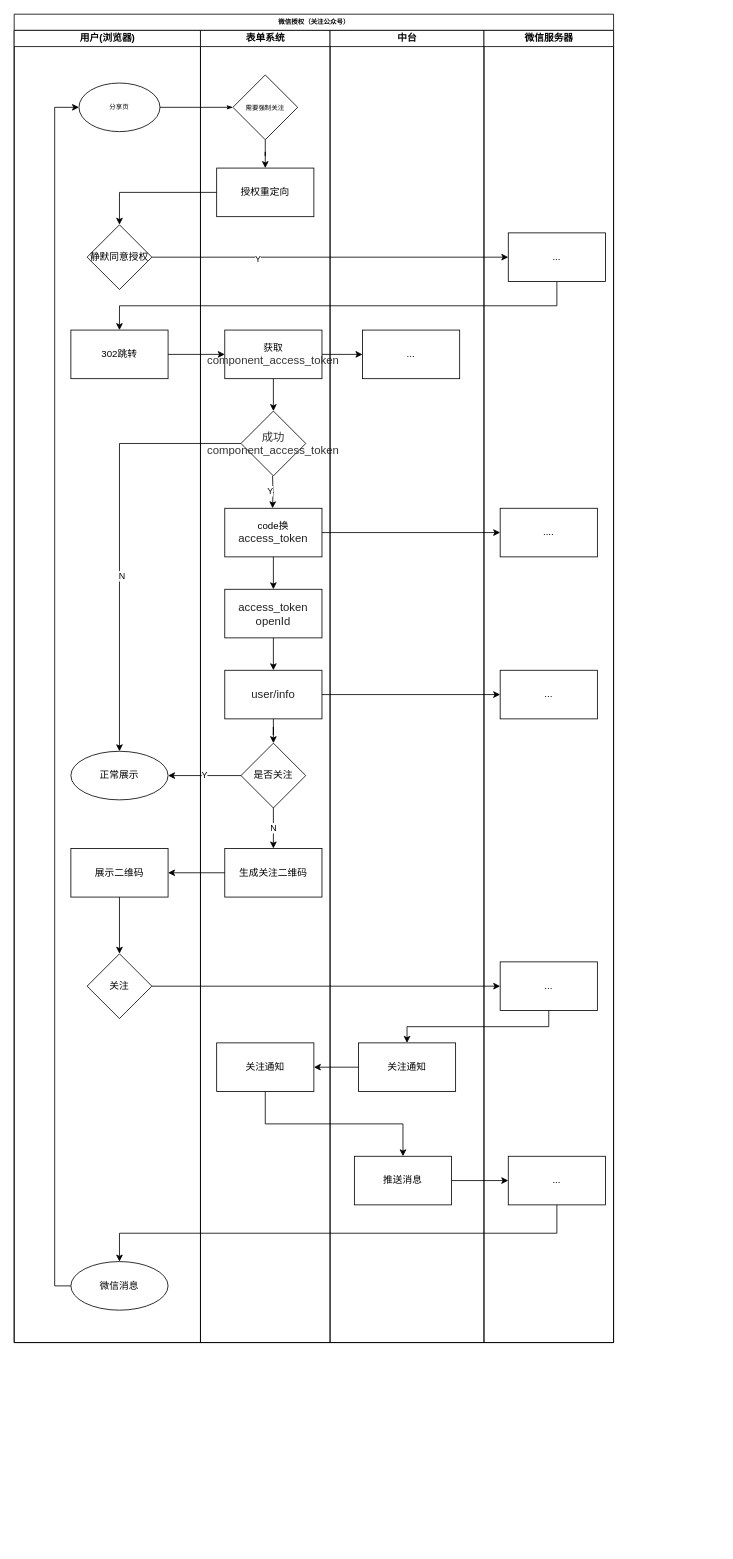
hesimin/drawio keeps this draw.io diagram as eqx-分享微信授权.drawio. Above is the earlier version. Source tidied: cells renumbered, new cells numbered last; positions are measured from the earlier drawing's top-left corner, leaving out a move shared by most shapes. Both pictures are drawn from the tidied source at 81%, with x=0, y=0 at pixel (14, 14).
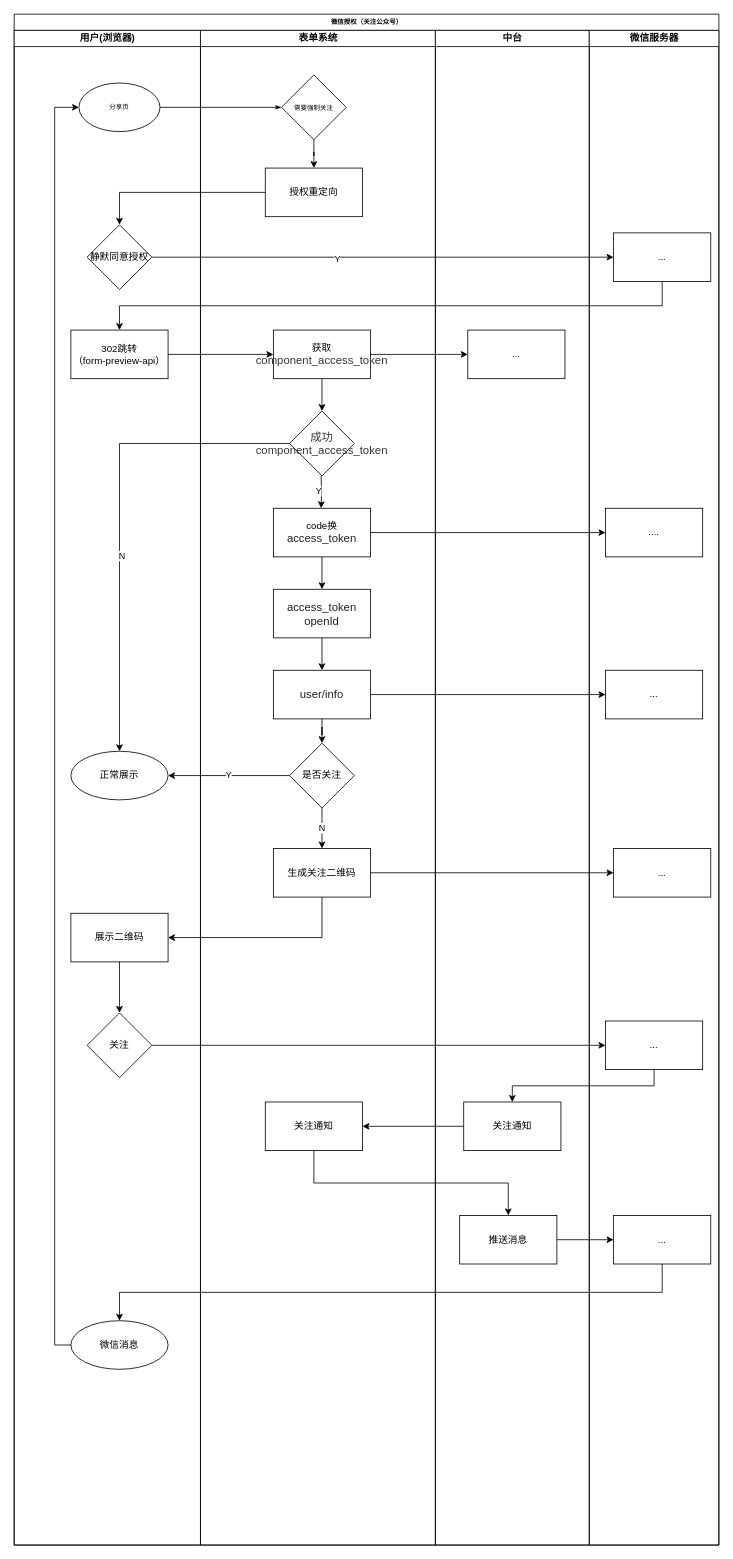
After the change.

Commit message:
更新eqx-分享微信授权.drawio

Unchanged cells that the change refers to:
```xml
<mxCell id="13" style="edgeStyle=orthogonalEdgeStyle;rounded=0;jettySize=auto;html=1;" parent="2" edge="1" source="5" target="42">
  <mxGeometry relative="1" as="geometry" />
</mxCell>
```

Change to the diagram source:
```diff
@@
     <mxCell id="2" value="微信授权（关注公众号）" style="swimlane;html=1;startSize=20;rounded=0;shadow=0;labelBackgroundColor=none;strokeWidth=1;fontFamily=Verdana;fontSize=8;align=center;" parent="1" vertex="1">
-      <mxGeometry width="740" height="1640" as="geometry" />
+      <mxGeometry width="870" height="1890" as="geometry" />
     </mxCell>
     <mxCell id="3" value="用户(浏览器)" style="swimlane;html=1;startSize=20;" parent="2" vertex="1">
-      <mxGeometry y="20" width="230" height="1620" as="geometry" />
+      <mxGeometry y="20" width="230" height="1870" as="geometry" />
     </mxCell>
@@
-    <mxCell id="6" value="302跳转" style="rounded=0;whiteSpace=wrap;html=1;glass=0;" parent="3" vertex="1">
+    <mxCell id="6" value="302跳转&lt;br&gt;（form-preview-api）" style="rounded=0;whiteSpace=wrap;html=1;glass=0;" parent="3" vertex="1">
       <mxGeometry x="70" y="370" width="120" height="60" as="geometry" />
     </mxCell>
@@
     <mxCell id="8" value="展示二维码" style="whiteSpace=wrap;html=1;rounded=0;glass=0;" parent="3" vertex="1">
-      <mxGeometry x="70" y="1010" width="120" height="60" as="geometry" />
+      <mxGeometry x="70" y="1090" width="120" height="60" as="geometry" />
     </mxCell>
@@
     <mxCell id="10" value="微信消息" style="ellipse;whiteSpace=wrap;html=1;fontFamily=Helvetica;fontSize=12;fontColor=#000000;align=center;strokeColor=#000000;fillColor=#ffffff;" parent="3" vertex="1">
-      <mxGeometry x="70" y="1520" width="120" height="60" as="geometry" />
+      <mxGeometry x="70" y="1593" width="120" height="60" as="geometry" />
     </mxCell>
@@
     <mxCell id="14" value="Y" style="edgeLabel;html=1;align=center;verticalAlign=middle;" parent="13" vertex="1">
-      <mxGeometry x="-0.41" y="-2" relative="1" as="geometry" />
+      <mxGeometry x="-0.41" y="-2" relative="1" as="geometry">
+        <mxPoint x="60" as="offset" />
+      </mxGeometry>
     </mxCell>
@@
     <mxCell id="17" value="表单系统" style="swimlane;html=1;startSize=20;" parent="2" vertex="1">
-      <mxGeometry x="230" y="20" width="160" height="1620" as="geometry" />
+      <mxGeometry x="230" y="20" width="290" height="1870" as="geometry" />
     </mxCell>
     <mxCell id="18" value="&lt;span style=&quot;font-family: &amp;#34;verdana&amp;#34; ; font-size: 8px&quot;&gt;需要强制关注&lt;/span&gt;" style="rhombus;whiteSpace=wrap;html=1;rounded=0;glass=0;" parent="17" vertex="1">
-      <mxGeometry x="40" y="55" width="80" height="80" as="geometry" />
+      <mxGeometry x="100" y="55" width="80" height="80" as="geometry" />
     </mxCell>
     <mxCell id="19" value="授权重定向" style="whiteSpace=wrap;html=1;rounded=0;glass=0;" parent="17" vertex="1">
-      <mxGeometry x="20" y="170" width="120" height="60" as="geometry" />
+      <mxGeometry x="80" y="170" width="120" height="60" as="geometry" />
     </mxCell>
@@
     <mxCell id="21" value="获取&lt;span style=&quot;color: rgb(53 , 53 , 53) ; font-family: , &amp;#34;blinkmacsystemfont&amp;#34; , &amp;#34;sf ui text&amp;#34; , &amp;#34;helvetica neue&amp;#34; , &amp;#34;pingfang sc&amp;#34; , &amp;#34;hiragino sans gb&amp;#34; , &amp;#34;microsoft yahei ui&amp;#34; , &amp;#34;microsoft yahei&amp;#34; , &amp;#34;arial&amp;#34; , sans-serif ; font-size: 14px ; text-align: left&quot;&gt;component_access_token&lt;/span&gt;" style="whiteSpace=wrap;html=1;rounded=0;glass=0;" parent="17" vertex="1">
-      <mxGeometry x="30" y="370" width="120" height="60" as="geometry" />
+      <mxGeometry x="90" y="370" width="120" height="60" as="geometry" />
     </mxCell>
     <mxCell id="22" value="&lt;span style=&quot;color: rgb(53 , 53 , 53) ; font-size: 14px ; text-align: left&quot;&gt;成功&lt;br&gt;component_access_token&lt;/span&gt;" style="rhombus;whiteSpace=wrap;html=1;rounded=0;glass=0;" parent="17" vertex="1">
-      <mxGeometry x="50" y="470" width="80" height="80" as="geometry" />
+      <mxGeometry x="110" y="470" width="80" height="80" as="geometry" />
     </mxCell>
     <mxCell id="23" value="code换&lt;span style=&quot;color: rgb(34 , 34 , 34) ; font-family: , &amp;#34;blinkmacsystemfont&amp;#34; , &amp;#34;sf ui text&amp;#34; , &amp;#34;helvetica neue&amp;#34; , &amp;#34;pingfang sc&amp;#34; , &amp;#34;hiragino sans gb&amp;#34; , &amp;#34;microsoft yahei ui&amp;#34; , &amp;#34;microsoft yahei&amp;#34; , &amp;#34;arial&amp;#34; , sans-serif ; font-size: 14px&quot;&gt;access_token&lt;/span&gt;" style="whiteSpace=wrap;html=1;rounded=0;glass=0;" parent="17" vertex="1">
-      <mxGeometry x="30" y="590" width="120" height="60" as="geometry" />
+      <mxGeometry x="90" y="590" width="120" height="60" as="geometry" />
     </mxCell>
     <mxCell id="24" style="edgeStyle=orthogonalEdgeStyle;rounded=0;orthogonalLoop=1;jettySize=auto;html=1;" parent="17" edge="1">
       <mxGeometry relative="1" as="geometry">
-        <mxPoint x="89" y="550" as="sourcePoint" />
-        <mxPoint x="89" y="590" as="targetPoint" />
+        <mxPoint x="149" y="550" as="sourcePoint" />
+        <mxPoint x="149" y="590" as="targetPoint" />
       </mxGeometry>
     </mxCell>
@@
     <mxCell id="26" value="&lt;span style=&quot;color: rgb(34 , 34 , 34) ; font-size: 14px&quot;&gt;access_token&lt;br&gt;openId&lt;br&gt;&lt;/span&gt;" style="whiteSpace=wrap;html=1;rounded=0;glass=0;" parent="17" vertex="1">
-      <mxGeometry x="30" y="690" width="120" height="60" as="geometry" />
+      <mxGeometry x="90" y="690" width="120" height="60" as="geometry" />
     </mxCell>
     <mxCell id="27" value="&lt;span style=&quot;color: rgb(34 , 34 , 34) ; font-family: , &amp;#34;blinkmacsystemfont&amp;#34; , &amp;#34;sf ui text&amp;#34; , &amp;#34;helvetica neue&amp;#34; , &amp;#34;pingfang sc&amp;#34; , &amp;#34;hiragino sans gb&amp;#34; , &amp;#34;microsoft yahei ui&amp;#34; , &amp;#34;microsoft yahei&amp;#34; , &amp;#34;arial&amp;#34; , sans-serif ; font-size: 14px&quot;&gt;user/info&lt;/span&gt;" style="whiteSpace=wrap;html=1;rounded=0;glass=0;" parent="17" vertex="1">
-      <mxGeometry x="30" y="790" width="120" height="60" as="geometry" />
+      <mxGeometry x="90" y="790" width="120" height="60" as="geometry" />
     </mxCell>
@@
     <mxCell id="31" value="是否关注" style="rhombus;whiteSpace=wrap;html=1;rounded=0;glass=0;" parent="17" vertex="1">
-      <mxGeometry x="50" y="880" width="80" height="80" as="geometry" />
+      <mxGeometry x="110" y="880" width="80" height="80" as="geometry" />
     </mxCell>
@@
     <mxCell id="33" value="生成关注二维码" style="whiteSpace=wrap;html=1;rounded=0;glass=0;" parent="17" vertex="1">
-      <mxGeometry x="30" y="1010" width="120" height="60" as="geometry" />
+      <mxGeometry x="90" y="1010" width="120" height="60" as="geometry" />
     </mxCell>
@@
     <mxCell id="35" value="&lt;span&gt;关注通知&lt;/span&gt;" style="whiteSpace=wrap;html=1;rounded=0;glass=0;" parent="17" vertex="1">
-      <mxGeometry x="20" y="1250" width="120" height="60" as="geometry" />
+      <mxGeometry x="80" y="1323" width="120" height="60" as="geometry" />
     </mxCell>
@@
     <mxCell id="37" value="中台" style="swimlane;html=1;startSize=20;" parent="2" vertex="1">
-      <mxGeometry x="390" y="20" width="190" height="1620" as="geometry" />
+      <mxGeometry x="520" y="20" width="190" height="1870" as="geometry" />
     </mxCell>
@@
     <mxCell id="39" value="关注通知" style="whiteSpace=wrap;html=1;rounded=0;glass=0;" parent="37" vertex="1">
-      <mxGeometry x="35" y="1250" width="120" height="60" as="geometry" />
+      <mxGeometry x="35" y="1323" width="120" height="60" as="geometry" />
     </mxCell>
     <mxCell id="40" value="推送消息" style="whiteSpace=wrap;html=1;rounded=0;glass=0;" parent="37" vertex="1">
-      <mxGeometry x="30" y="1390" width="120" height="60" as="geometry" />
+      <mxGeometry x="30" y="1463" width="120" height="60" as="geometry" />
     </mxCell>
     <mxCell id="41" value="微信服务器" style="swimlane;html=1;startSize=20;" parent="2" vertex="1">
-      <mxGeometry x="580" y="20" width="160" height="1620" as="geometry" />
+      <mxGeometry x="710" y="20" width="160" height="1870" as="geometry" />
     </mxCell>
@@
     <mxCell id="45" value="..." style="whiteSpace=wrap;html=1;rounded=0;glass=0;" parent="41" vertex="1">
-      <mxGeometry x="20" y="1150" width="120" height="60" as="geometry" />
+      <mxGeometry x="20" y="1223" width="120" height="60" as="geometry" />
     </mxCell>
     <mxCell id="46" value="..." style="whiteSpace=wrap;html=1;rounded=0;glass=0;" parent="41" vertex="1">
-      <mxGeometry x="30" y="1390" width="120" height="60" as="geometry" />
+      <mxGeometry x="30" y="1463" width="120" height="60" as="geometry" />
     </mxCell>
+    <mxCell id="61" value="..." style="whiteSpace=wrap;html=1;rounded=0;glass=0;" parent="41" vertex="1">
+      <mxGeometry x="30" y="1010" width="120" height="60" as="geometry" />
+    </mxCell>
@@
-    <mxCell id="50" style="edgeStyle=orthogonalEdgeStyle;rounded=0;jettySize=auto;html=1;" parent="2" edge="1" source="33" target="8">
+    <mxCell id="50" style="edgeStyle=orthogonalEdgeStyle;rounded=0;jettySize=auto;html=1;exitX=0.5;exitY=1;exitDx=0;exitDy=0;entryX=1;entryY=0.5;entryDx=0;entryDy=0;" parent="2" edge="1" source="33" target="8">
       <mxGeometry relative="1" as="geometry" />
     </mxCell>
@@
+    <mxCell id="62" style="edgeStyle=orthogonalEdgeStyle;rounded=0;jettySize=auto;html=1;" parent="2" edge="1" source="33" target="61">
+      <mxGeometry relative="1" as="geometry" />
+    </mxCell>
@@
     <mxCell id="59" value="关注" style="rhombus;whiteSpace=wrap;html=1;rounded=0;glass=0;" parent="1" vertex="1">
-      <mxGeometry x="90" y="1160" width="80" height="80" as="geometry" />
+      <mxGeometry x="90" y="1233" width="80" height="80" as="geometry" />
     </mxCell>
-    <mxCell id="60" style="edgeStyle=orthogonalEdgeStyle;rounded=0;jettySize=auto;html=1;" parent="1" edge="1" source="8" target="59">
+    <mxCell id="60" style="edgeStyle=orthogonalEdgeStyle;rounded=0;jettySize=auto;html=1;exitX=0.5;exitY=1;exitDx=0;exitDy=0;" parent="1" edge="1" source="8" target="59">
       <mxGeometry relative="1" as="geometry" />
     </mxCell>
```
